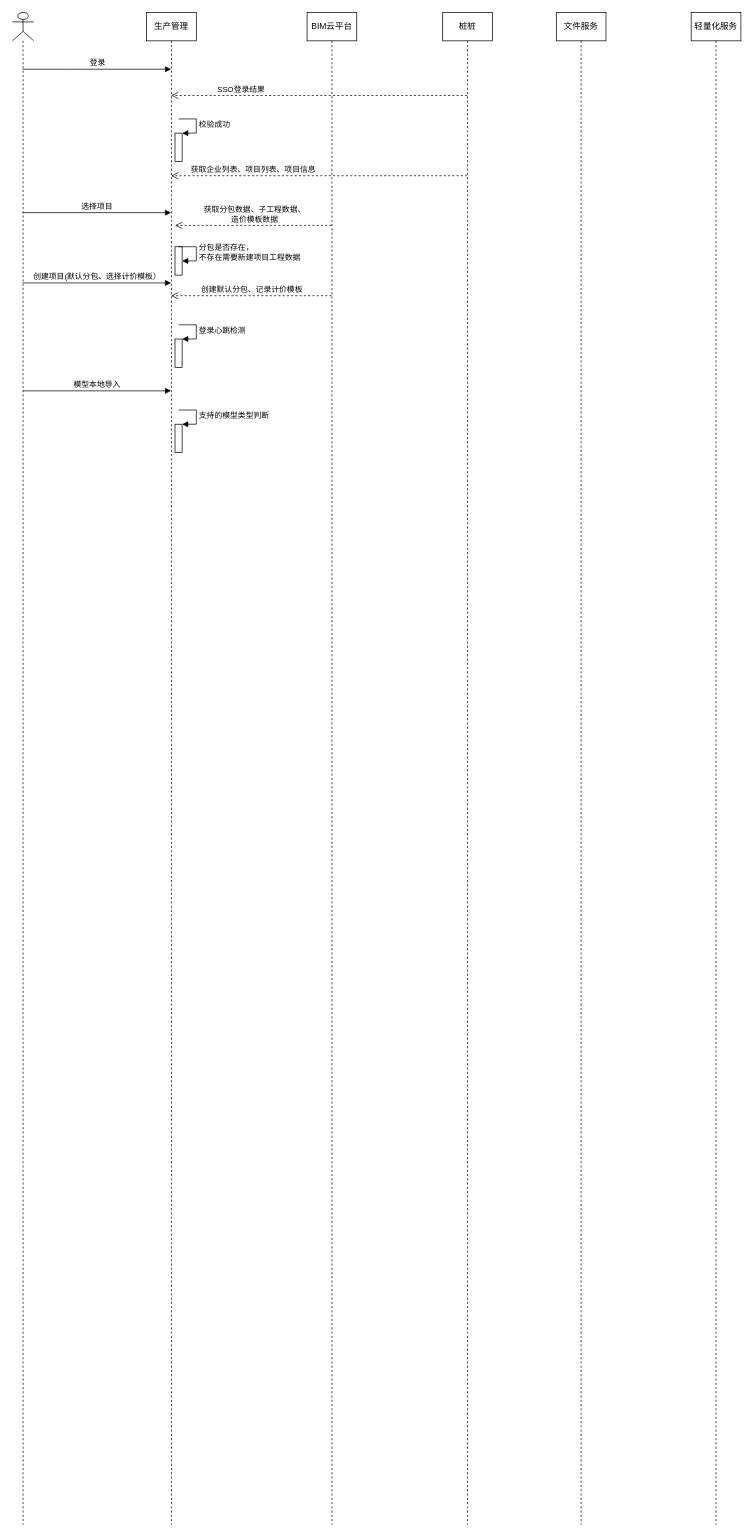
Above: BIM云.drawio in fmx0717/uml (draw.io), before the change. Source tidied: cells renumbered, new cells numbered last; positions are measured from the earlier drawing's top-left corner, leaving out a move shared by most shapes. Both pictures are drawn from the tidied source at 71%, with x=0, y=0 at pixel (12, 12).
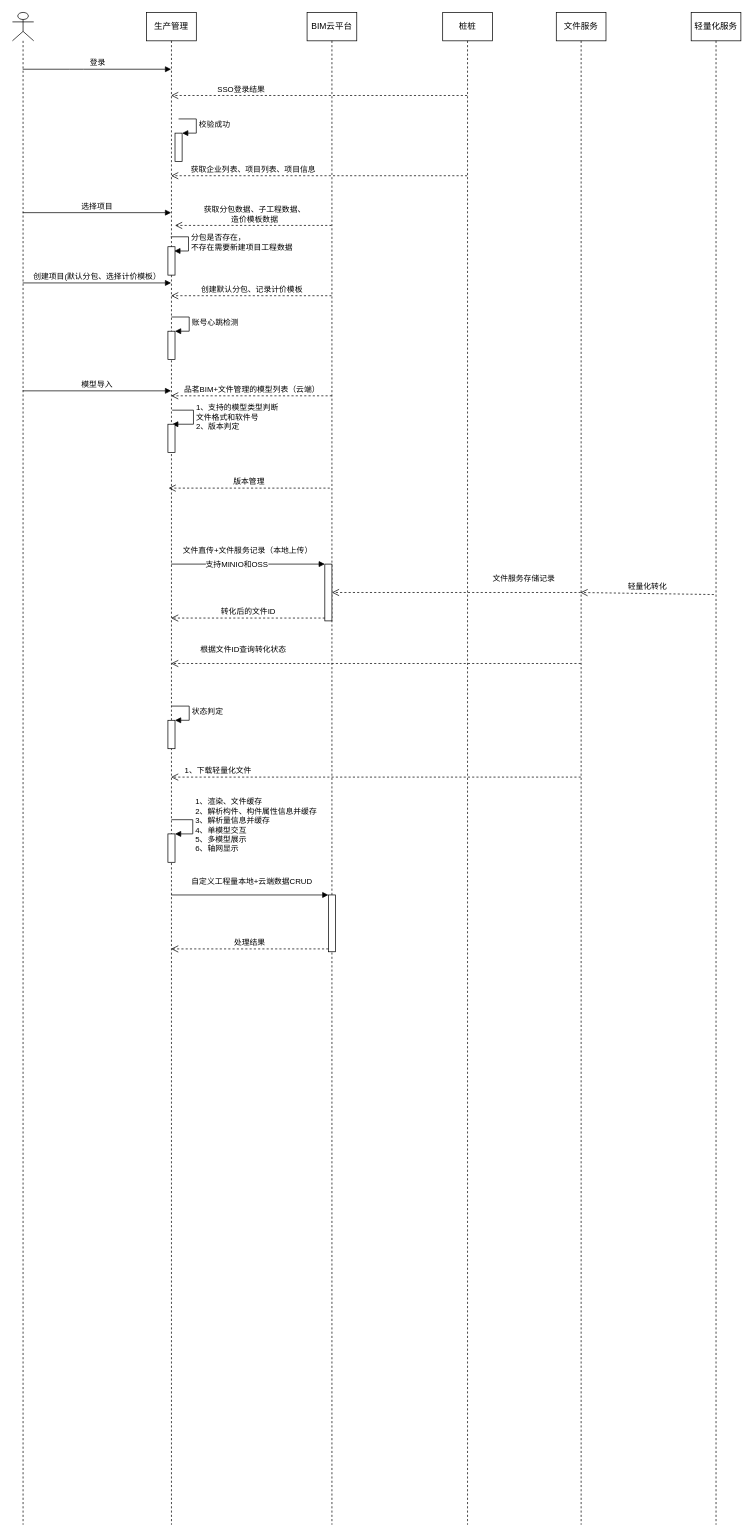
Above is the later version.

Unchanged cells that the change refers to:
```xml
<mxCell id="2" style="group;" parent="1" vertex="1">
  <mxGeometry width="1026" height="2130" as="geometry" />
</mxCell>
<mxCell id="4" value="生产管理" style="shape=umlLifeline;perimeter=lifelinePerimeter;whiteSpace=wrap;html=1;outlineConnect=0;" parent="2" vertex="1">
  <mxGeometry x="189" width="70" height="2130" as="geometry" />
</mxCell>
<mxCell id="14" value="BIM云平台" style="shape=umlLifeline;perimeter=lifelinePerimeter;whiteSpace=wrap;html=1;outlineConnect=0;" parent="2" vertex="1">
  <mxGeometry x="415" width="70" height="2130" as="geometry" />
</mxCell>
<mxCell id="16" value="文件服务" style="shape=umlLifeline;perimeter=lifelinePerimeter;whiteSpace=wrap;html=1;" parent="2" vertex="1">
  <mxGeometry x="766" width="70" height="2130" as="geometry" />
</mxCell>
```

The edit, as a diff of the source:
```diff
@@
-    <mxCell id="7" style="html=1;perimeter=orthogonalPerimeter;" parent="4" vertex="1">
-      <mxGeometry x="40" y="330" width="10" height="40" as="geometry" />
-    </mxCell>
     <mxCell id="8" value="分包是否存在，&lt;br&gt;不存在需要新建项目工程数据" style="edgeStyle=orthogonalEdgeStyle;html=1;align=left;spacingLeft=2;endArrow=block;rounded=0;entryX=1;entryY=0;" parent="4" edge="1">
       <mxGeometry relative="1" as="geometry">
-        <mxPoint x="45" y="330" as="sourcePoint" />
-        <mxPoint x="50" y="350" as="targetPoint" />
+        <mxPoint x="34" y="316" as="sourcePoint" />
+        <mxPoint x="39" y="336" as="targetPoint" />
         <Array as="points">
-          <mxPoint x="70" y="330" />
+          <mxPoint x="59" y="316" />
         </Array>
       </mxGeometry>
     </mxCell>
@@
-    <mxCell id="10" style="html=1;points=[];perimeter=orthogonalPerimeter;" parent="4" vertex="1">
-      <mxGeometry x="40" y="460" width="10" height="40" as="geometry" />
-    </mxCell>
-    <mxCell id="11" value="登录心跳检测" style="edgeStyle=orthogonalEdgeStyle;html=1;align=left;spacingLeft=2;endArrow=block;rounded=0;entryX=1;entryY=0;" parent="4" edge="1" target="10">
-      <mxGeometry relative="1" as="geometry">
-        <mxPoint x="45" y="440" as="sourcePoint" />
-        <Array as="points">
-          <mxPoint x="70" y="440" />
-        </Array>
-      </mxGeometry>
-    </mxCell>
-    <mxCell id="12" style="html=1;points=[];perimeter=orthogonalPerimeter;" parent="4" vertex="1">
-      <mxGeometry x="40" y="580" width="10" height="40" as="geometry" />
-    </mxCell>
-    <mxCell id="13" value="支持的模型类型判断" style="edgeStyle=orthogonalEdgeStyle;html=1;align=left;spacingLeft=2;endArrow=block;rounded=0;entryX=1;entryY=0;" parent="4" edge="1" target="12">
+    <mxCell id="13" value="1、支持的模型类型判断&lt;br&gt;文件格式和软件号&lt;br&gt;2、版本判定" style="edgeStyle=orthogonalEdgeStyle;html=1;align=left;spacingLeft=2;endArrow=block;rounded=0;entryX=1;entryY=0;exitX=0.514;exitY=0.263;exitDx=0;exitDy=0;exitPerimeter=0;" parent="4" edge="1" source="4">
       <mxGeometry relative="1" as="geometry">
-        <mxPoint x="45" y="560" as="sourcePoint" />
+        <mxPoint x="36" y="580" as="targetPoint" />
         <Array as="points">
-          <mxPoint x="70" y="560" />
+          <mxPoint x="66" y="560" />
+          <mxPoint x="66" y="580" />
         </Array>
       </mxGeometry>
     </mxCell>
+    <mxCell id="25" value="状态判定" style="edgeStyle=orthogonalEdgeStyle;html=1;align=left;spacingLeft=2;endArrow=block;rounded=0;entryX=1;entryY=0;" parent="4" edge="1" target="39">
+      <mxGeometry relative="1" as="geometry">
+        <mxPoint x="35" y="977" as="sourcePoint" />
+        <Array as="points">
+          <mxPoint x="60" y="977" />
+        </Array>
+      </mxGeometry>
+    </mxCell>
+    <mxCell id="26" style="html=1;points=[];perimeter=orthogonalPerimeter;" parent="4" vertex="1">
+      <mxGeometry x="30" y="1157" width="10" height="40" as="geometry" />
+    </mxCell>
+    <mxCell id="27" value="1、渲染、文件缓存&lt;br&gt;2、解析构件、构件属性信息并缓存&lt;br&gt;3、解析量信息并缓存&lt;br&gt;4、单模型交互&lt;br&gt;5、多模型展示&lt;br&gt;6、轴网显示" style="edgeStyle=orthogonalEdgeStyle;html=1;align=left;spacingLeft=2;endArrow=block;rounded=0;entryX=1;entryY=0;" parent="4" edge="1" target="26">
+      <mxGeometry relative="1" as="geometry">
+        <mxPoint x="35" y="1137" as="sourcePoint" />
+        <Array as="points">
+          <mxPoint x="65" y="1137" />
+        </Array>
+      </mxGeometry>
+    </mxCell>
+    <mxCell id="28" value="账号心跳检测" style="edgeStyle=orthogonalEdgeStyle;html=1;align=left;spacingLeft=2;endArrow=block;rounded=0;entryX=1;entryY=0;" parent="4" edge="1" target="41">
+      <mxGeometry relative="1" as="geometry">
+        <mxPoint x="35" y="429" as="sourcePoint" />
+        <Array as="points">
+          <mxPoint x="60" y="429" />
+        </Array>
+      </mxGeometry>
+    </mxCell>
+    <mxCell id="29" value="版本管理" style="html=1;verticalAlign=bottom;endArrow=open;dashed=1;endSize=8;" parent="4" edge="1">
+      <mxGeometry relative="1" as="geometry">
+        <mxPoint x="258" y="670" as="sourcePoint" />
+        <mxPoint x="31" y="670" as="targetPoint" />
+      </mxGeometry>
+    </mxCell>
@@
+    <mxCell id="30" style="html=1;points=[];perimeter=orthogonalPerimeter;" parent="14" vertex="1">
+      <mxGeometry x="25" y="777" width="10" height="80" as="geometry" />
+    </mxCell>
+    <mxCell id="31" value="文件服务存储记录" style="html=1;verticalAlign=bottom;endArrow=open;dashed=1;endSize=8;" parent="14" edge="1">
+      <mxGeometry x="-0.54" y="-10" relative="1" as="geometry">
+        <mxPoint x="385.5" y="817" as="sourcePoint" />
+        <mxPoint x="35" y="817" as="targetPoint" />
+      </mxGeometry>
+    </mxCell>
+    <mxCell id="32" style="html=1;points=[];perimeter=orthogonalPerimeter;" parent="14" vertex="1">
+      <mxGeometry x="30" y="1243" width="10" height="80" as="geometry" />
+    </mxCell>
@@
+    <mxCell id="33" value="轻量化转化" style="html=1;verticalAlign=bottom;endArrow=open;dashed=1;endSize=8;exitX=0.457;exitY=0.33;exitDx=0;exitDy=0;exitPerimeter=0;" parent="16" edge="1">
+      <mxGeometry relative="1" as="geometry">
+        <mxPoint x="222" y="819.9" as="sourcePoint" />
+        <mxPoint x="34" y="817" as="targetPoint" />
+      </mxGeometry>
+    </mxCell>
@@
-    <mxCell id="24" value="模型本地导入" style="html=1;verticalAlign=bottom;endArrow=block;" parent="2" edge="1">
+    <mxCell id="24" value="模型导入" style="html=1;verticalAlign=bottom;endArrow=block;" parent="2" edge="1">
       <mxGeometry relative="1" as="geometry">
         <mxPoint x="14.5" y="533" as="sourcePoint" />
         <mxPoint x="223.5" y="533" as="targetPoint" />
       </mxGeometry>
     </mxCell>
+    <mxCell id="34" value="文件直传+文件服务记录（本地上传）" style="html=1;verticalAlign=bottom;endArrow=block;entryX=0;entryY=0;" parent="2" edge="1" target="30">
+      <mxGeometry x="-0.02" y="10" relative="1" as="geometry">
+        <mxPoint x="223.5" y="777" as="sourcePoint" />
+        <mxPoint x="1" as="offset" />
+      </mxGeometry>
+    </mxCell>
+    <mxCell id="35" value="支持MINIO和OSS" style="edgeLabel;html=1;align=center;verticalAlign=middle;" parent="34" vertex="1">
+      <mxGeometry x="-0.15" y="1" relative="1" as="geometry" />
+    </mxCell>
+    <mxCell id="36" value="转化后的文件ID" style="html=1;verticalAlign=bottom;endArrow=open;dashed=1;endSize=8;exitX=0;exitY=0.95;" parent="2" edge="1" source="30">
+      <mxGeometry relative="1" as="geometry">
+        <mxPoint x="223.5" y="853" as="targetPoint" />
+      </mxGeometry>
+    </mxCell>
+    <mxCell id="37" value="根据文件ID查询转化状态" style="html=1;verticalAlign=bottom;endArrow=open;dashed=1;endSize=8;" parent="2" edge="1">
+      <mxGeometry x="0.65" y="-10" relative="1" as="geometry">
+        <mxPoint x="800.5" y="917" as="sourcePoint" />
+        <mxPoint x="223.5" y="917" as="targetPoint" />
+      </mxGeometry>
+    </mxCell>
+    <mxCell id="38" value="1、下载轻量化文件" style="html=1;verticalAlign=bottom;endArrow=open;dashed=1;endSize=8;align=left;" parent="2" edge="1">
+      <mxGeometry x="0.94" relative="1" as="geometry">
+        <mxPoint x="800.5" y="1077" as="sourcePoint" />
+        <mxPoint x="223.5" y="1077" as="targetPoint" />
+      </mxGeometry>
+    </mxCell>
+    <mxCell id="12" style="html=1;points=[];perimeter=orthogonalPerimeter;" parent="2" vertex="1">
+      <mxGeometry x="219" y="580" width="10" height="40" as="geometry" />
+    </mxCell>
+    <mxCell id="39" style="html=1;points=[];perimeter=orthogonalPerimeter;" parent="2" vertex="1">
+      <mxGeometry x="219" y="997" width="10" height="40" as="geometry" />
+    </mxCell>
+    <mxCell id="40" value="品茗BIM+文件管理的模型列表（云端）" style="html=1;verticalAlign=bottom;endArrow=open;dashed=1;endSize=8;" parent="2" edge="1" target="4">
+      <mxGeometry relative="1" as="geometry">
+        <mxPoint x="450" y="540" as="sourcePoint" />
+      </mxGeometry>
+    </mxCell>
+    <mxCell id="7" style="html=1;perimeter=orthogonalPerimeter;" parent="2" vertex="1">
+      <mxGeometry x="219" y="330" width="10" height="40" as="geometry" />
+    </mxCell>
+    <mxCell id="41" style="html=1;points=[];perimeter=orthogonalPerimeter;" parent="2" vertex="1">
+      <mxGeometry x="219" y="449" width="10" height="40" as="geometry" />
+    </mxCell>
+    <mxCell id="42" value="处理结果" style="html=1;verticalAlign=bottom;endArrow=open;dashed=1;endSize=8;exitX=0;exitY=0.95;" parent="2" edge="1" source="32">
+      <mxGeometry relative="1" as="geometry">
+        <mxPoint x="223.5" y="1319" as="targetPoint" />
+      </mxGeometry>
+    </mxCell>
+    <mxCell id="43" value="自定义工程量本地+云端数据CRUD" style="html=1;verticalAlign=bottom;endArrow=block;entryX=0;entryY=0;" parent="2" edge="1" source="4" target="32">
+      <mxGeometry x="0.02" y="10" relative="1" as="geometry" />
+    </mxCell>
```
